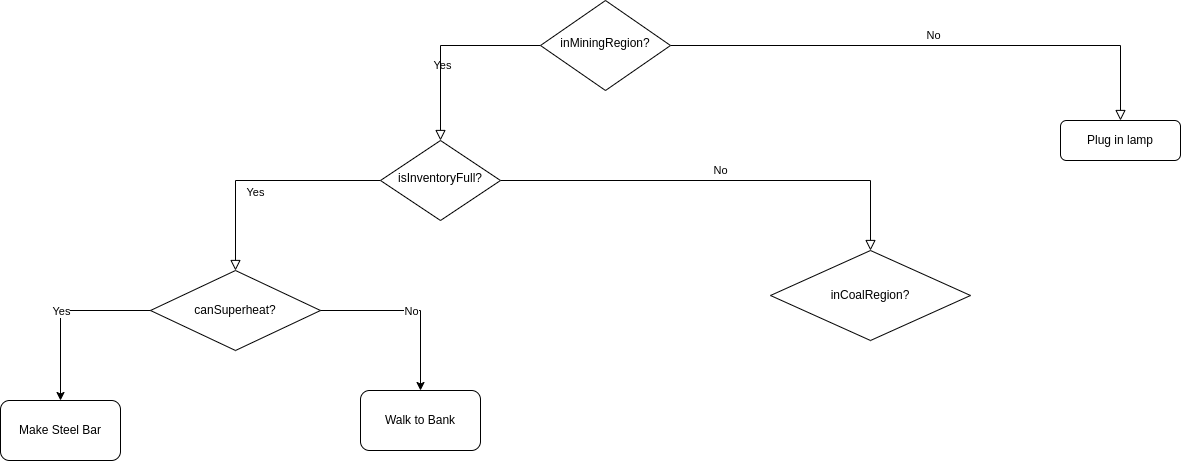
This is flowchart.png from palyfight/superheat-bot, a draw.io export, as it was before one commit. Source tidied: cells renumbered, new cells last; positions are measured from the earlier drawing's top-left corner, leaving out a move shared by most shapes.
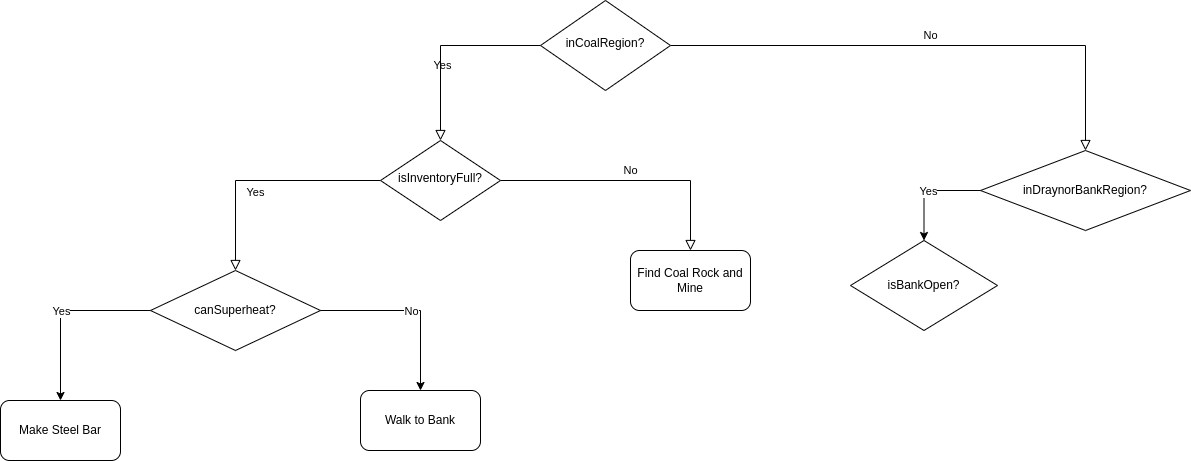
Later version of the same file.

The edit, as a diff of the source:
```diff
@@ -5,19 +5,16 @@
     <mxCell id="2" value="Yes" style="rounded=0;html=1;jettySize=auto;fontSize=11;endArrow=block;endFill=0;endSize=8;strokeWidth=1;shadow=0;labelBackgroundColor=none;edgeStyle=orthogonalEdgeStyle;" parent="1" edge="1" source="4" target="8">
       <mxGeometry y="20" relative="1" as="geometry" />
     </mxCell>
-    <mxCell id="3" value="No" style="edgeStyle=orthogonalEdgeStyle;rounded=0;html=1;jettySize=auto;fontSize=11;endArrow=block;endFill=0;endSize=8;strokeWidth=1;shadow=0;labelBackgroundColor=none;" parent="1" edge="1" source="4" target="5">
+    <mxCell id="3" value="No" style="edgeStyle=orthogonalEdgeStyle;rounded=0;html=1;jettySize=auto;fontSize=11;endArrow=block;endFill=0;endSize=8;strokeWidth=1;shadow=0;labelBackgroundColor=none;" parent="1" edge="1" source="4" target="18">
       <mxGeometry y="10" relative="1" as="geometry" />
     </mxCell>
-    <mxCell id="4" value="inMiningRegion?" style="rhombus;whiteSpace=wrap;html=1;shadow=0;fontFamily=Helvetica;fontSize=12;align=center;strokeWidth=1;spacing=6;spacingTop=-4;" parent="1" vertex="1">
+    <mxCell id="4" value="inCoalRegion?" style="rhombus;whiteSpace=wrap;html=1;shadow=0;fontFamily=Helvetica;fontSize=12;align=center;strokeWidth=1;spacing=6;spacingTop=-4;" parent="1" vertex="1">
       <mxGeometry x="540" width="130" height="90" as="geometry" />
     </mxCell>
-    <mxCell id="5" value="Plug in lamp" style="rounded=1;whiteSpace=wrap;html=1;fontSize=12;glass=0;strokeWidth=1;shadow=0;" parent="1" vertex="1">
-      <mxGeometry x="1060" y="120" width="120" height="40" as="geometry" />
-    </mxCell>
     <mxCell id="6" value="Yes" style="rounded=0;html=1;jettySize=auto;fontSize=11;endArrow=block;endFill=0;endSize=8;strokeWidth=1;shadow=0;labelBackgroundColor=none;edgeStyle=orthogonalEdgeStyle;" parent="1" edge="1" source="8" target="9">
       <mxGeometry x="0.33" y="20" relative="1" as="geometry" />
     </mxCell>
-    <mxCell id="7" value="No" style="edgeStyle=orthogonalEdgeStyle;rounded=0;html=1;jettySize=auto;fontSize=11;endArrow=block;endFill=0;endSize=8;strokeWidth=1;shadow=0;labelBackgroundColor=none;" parent="1" edge="1" source="8" target="16">
+    <mxCell id="7" value="No" style="edgeStyle=orthogonalEdgeStyle;rounded=0;html=1;jettySize=auto;fontSize=11;endArrow=block;endFill=0;endSize=8;strokeWidth=1;shadow=0;labelBackgroundColor=none;entryX=0.5;entryY=0;entryDx=0;entryDy=0;" parent="1" edge="1" source="8" target="17">
       <mxGeometry y="10" relative="1" as="geometry" />
     </mxCell>
     <mxCell id="8" value="isInventoryFull?" style="rhombus;whiteSpace=wrap;html=1;shadow=0;fontFamily=Helvetica;fontSize=12;align=center;strokeWidth=1;spacing=6;spacingTop=-4;" parent="1" vertex="1">
@@ -49,8 +46,20 @@
     <mxCell id="15" value="Walk to Bank" style="rounded=1;whiteSpace=wrap;html=1;" parent="1" vertex="1">
       <mxGeometry x="360" y="390" width="120" height="60" as="geometry" />
     </mxCell>
-    <mxCell id="16" value="inCoalRegion?" style="rhombus;whiteSpace=wrap;html=1;" parent="1" vertex="1">
-      <mxGeometry x="770" y="250" width="200" height="90" as="geometry" />
-    </mxCell>
+    <mxCell id="17" value="Find Coal Rock and Mine" style="rounded=1;whiteSpace=wrap;html=1;" parent="1" vertex="1">
+      <mxGeometry x="630" y="250" width="120" height="60" as="geometry" />
+    </mxCell>
+    <mxCell id="18" value="inDraynorBankRegion?" style="rhombus;whiteSpace=wrap;html=1;" parent="1" vertex="1">
+      <mxGeometry x="980" y="150" width="210" height="80" as="geometry" />
+    </mxCell>
+    <mxCell id="19" style="endArrow=classic;html=1;rounded=0;exitX=0;exitY=0.5;exitDx=0;exitDy=0;edgeStyle=orthogonalEdgeStyle;" parent="1" edge="1" source="18" target="21">
+      <mxGeometry relative="1" as="geometry" />
+    </mxCell>
+    <mxCell id="20" value="Yes" style="edgeLabel;html=1;align=center;verticalAlign=middle;" parent="19" vertex="1">
+      <mxGeometry relative="1" as="geometry" />
+    </mxCell>
+    <mxCell id="21" value="isBankOpen?" style="rhombus;whiteSpace=wrap;html=1;" parent="1" vertex="1">
+      <mxGeometry x="850" y="240" width="147" height="90" as="geometry" />
+    </mxCell>
   </root>
 </mxGraphModel>
```
